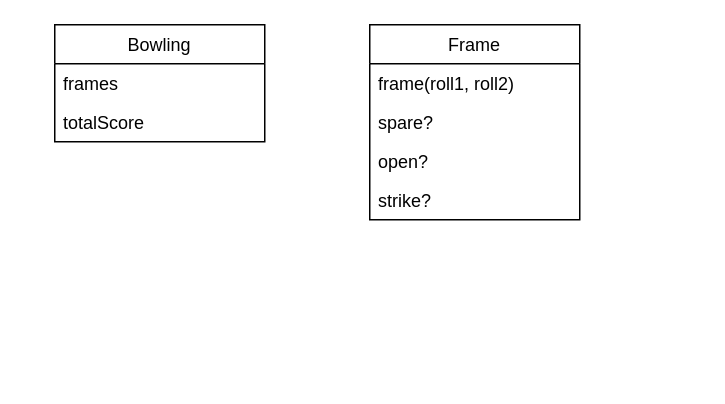
Before: bowling.drawio in makersacademy/bowling-challenge, a draw.io diagram. Source tidied: cells renumbered, new cells numbered last; positions are measured from the earlier drawing's top-left corner, leaving out a move shared by most shapes. Both pictures are drawn from the tidied source at 150%, with x=0, y=0 at pixel (54, 24).
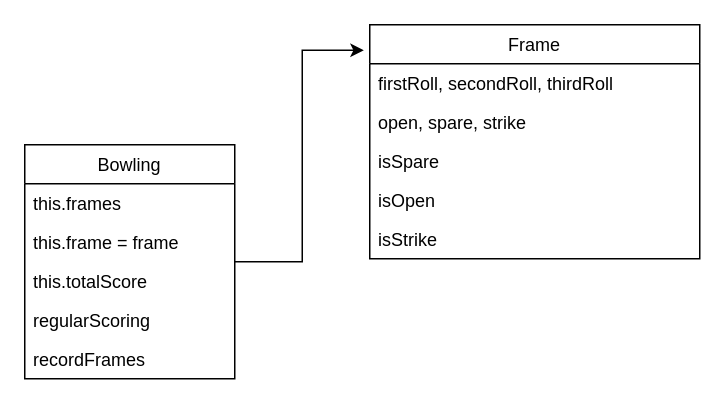
After the change.

Commit message (it also covers changes not shown here):
eslint setup and bowling class created and tested

Change to the diagram source:
```diff
@@
 <mxGraphModel>
   <root>
     <mxCell id="0" />
     <mxCell id="1" parent="0" />
+    <mxCell id="10" style="edgeStyle=orthogonalEdgeStyle;rounded=0;jettySize=auto;html=1;entryX=-0.018;entryY=0.109;entryDx=0;entryDy=0;entryPerimeter=0;" parent="1" edge="1" source="2" target="5">
+      <mxGeometry relative="1" as="geometry" />
+    </mxCell>
     <mxCell id="2" value="Bowling" style="swimlane;fontStyle=0;horizontal=1;startSize=26;" parent="1" vertex="1">
-      <mxGeometry width="140" height="78" as="geometry" />
+      <mxGeometry x="-20" y="80" width="140" height="156" as="geometry" />
     </mxCell>
-    <mxCell id="3" value="frames " style="text;strokeColor=none;fillColor=none;align=left;verticalAlign=top;spacingLeft=4;spacingRight=4;overflow=hidden;" parent="2" vertex="1">
+    <mxCell id="3" value="this.frames " style="text;strokeColor=none;fillColor=none;align=left;verticalAlign=top;spacingLeft=4;spacingRight=4;overflow=hidden;" parent="2" vertex="1">
       <mxGeometry y="26" width="140" height="26" as="geometry" />
     </mxCell>
+    <mxCell id="11" value="this.frame = frame" style="text;strokeColor=none;fillColor=none;align=left;verticalAlign=top;spacingLeft=4;spacingRight=4;overflow=hidden;" parent="2" vertex="1">
+      <mxGeometry y="52" width="140" height="26" as="geometry" />
+    </mxCell>
+    <mxCell id="12" value="this.totalScore" style="text;strokeColor=none;fillColor=none;align=left;verticalAlign=top;spacingLeft=4;spacingRight=4;overflow=hidden;" parent="2" vertex="1">
+      <mxGeometry y="78" width="140" height="26" as="geometry" />
+    </mxCell>
-    <mxCell id="4" value="totalScore" style="text;strokeColor=none;fillColor=none;align=left;verticalAlign=top;spacingLeft=4;spacingRight=4;overflow=hidden;" parent="2" vertex="1">
-      <mxGeometry y="52" width="140" height="26" as="geometry" />
+    <mxCell id="4" value="regularScoring" style="text;strokeColor=none;fillColor=none;align=left;verticalAlign=top;spacingLeft=4;spacingRight=4;overflow=hidden;" parent="2" vertex="1">
+      <mxGeometry y="104" width="140" height="26" as="geometry" />
     </mxCell>
+    <mxCell id="13" value="recordFrames" style="text;strokeColor=none;fillColor=none;align=left;verticalAlign=top;spacingLeft=4;spacingRight=4;overflow=hidden;" parent="2" vertex="1">
+      <mxGeometry y="130" width="140" height="26" as="geometry" />
+    </mxCell>
     <mxCell id="5" value="Frame" style="swimlane;fontStyle=0;horizontal=1;startSize=26;" parent="1" vertex="1">
-      <mxGeometry x="210" width="140" height="130" as="geometry" />
+      <mxGeometry x="210" width="220" height="156" as="geometry" />
     </mxCell>
-    <mxCell id="6" value="frame(roll1, roll2)" style="text;strokeColor=none;fillColor=none;align=left;verticalAlign=top;spacingLeft=4;spacingRight=4;overflow=hidden;" parent="5" vertex="1">
-      <mxGeometry y="26" width="140" height="26" as="geometry" />
+    <mxCell id="6" value="firstRoll, secondRoll, thirdRoll" style="text;strokeColor=none;fillColor=none;align=left;verticalAlign=top;spacingLeft=4;spacingRight=4;overflow=hidden;" parent="5" vertex="1">
+      <mxGeometry y="26" width="220" height="26" as="geometry" />
     </mxCell>
+    <mxCell id="14" value="open, spare, strike" style="text;strokeColor=none;fillColor=none;align=left;verticalAlign=top;spacingLeft=4;spacingRight=4;overflow=hidden;" parent="5" vertex="1">
+      <mxGeometry y="52" width="220" height="26" as="geometry" />
+    </mxCell>
-    <mxCell id="7" value="spare?" style="text;strokeColor=none;fillColor=none;align=left;verticalAlign=top;spacingLeft=4;spacingRight=4;overflow=hidden;" parent="5" vertex="1">
-      <mxGeometry y="52" width="140" height="26" as="geometry" />
+    <mxCell id="7" value="isSpare" style="text;strokeColor=none;fillColor=none;align=left;verticalAlign=top;spacingLeft=4;spacingRight=4;overflow=hidden;" parent="5" vertex="1">
+      <mxGeometry y="78" width="220" height="26" as="geometry" />
     </mxCell>
-    <mxCell id="8" value="open?" style="text;strokeColor=none;fillColor=none;align=left;verticalAlign=top;spacingLeft=4;spacingRight=4;overflow=hidden;" parent="5" vertex="1">
-      <mxGeometry y="78" width="140" height="26" as="geometry" />
+    <mxCell id="8" value="isOpen" style="text;strokeColor=none;fillColor=none;align=left;verticalAlign=top;spacingLeft=4;spacingRight=4;overflow=hidden;" parent="5" vertex="1">
+      <mxGeometry y="104" width="220" height="26" as="geometry" />
     </mxCell>
-    <mxCell id="9" value="strike?" style="text;strokeColor=none;fillColor=none;align=left;verticalAlign=top;spacingLeft=4;spacingRight=4;overflow=hidden;" parent="5" vertex="1">
-      <mxGeometry y="104" width="140" height="26" as="geometry" />
+    <mxCell id="9" value="isStrike" style="text;strokeColor=none;fillColor=none;align=left;verticalAlign=top;spacingLeft=4;spacingRight=4;overflow=hidden;" parent="5" vertex="1">
+      <mxGeometry y="130" width="220" height="26" as="geometry" />
     </mxCell>
   </root>
 </mxGraphModel>
```
